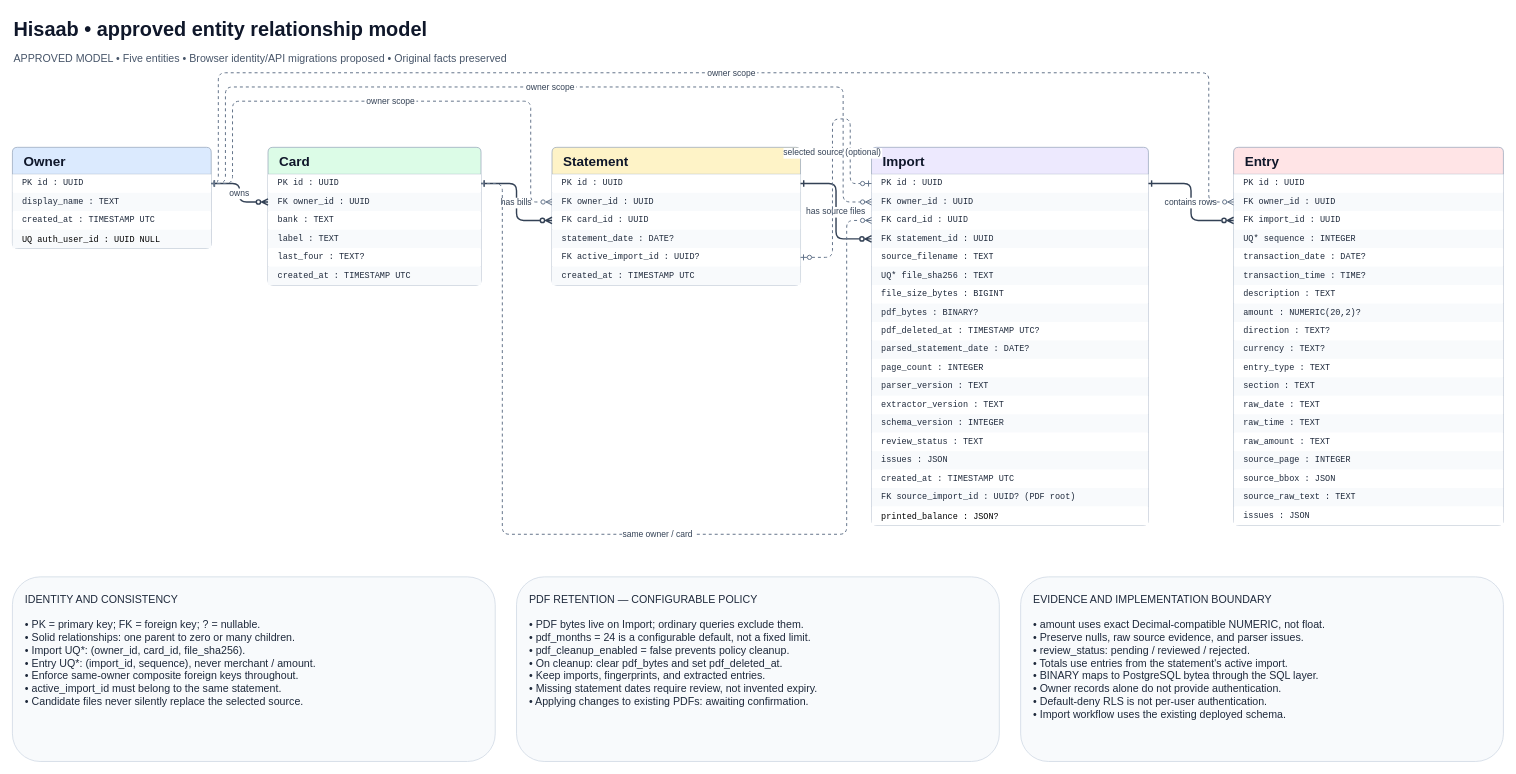
The draw.io diagram docs/schema/hisaab-er.drawio in furquan1993/hisaab, before the edit. Source tidied: cells renumbered, new cells numbered last; positions are measured from the earlier drawing's top-left corner, leaving out a move shared by most shapes. Both pictures are drawn from the tidied source at 71%, with x=0, y=0 at pixel (12, 12).
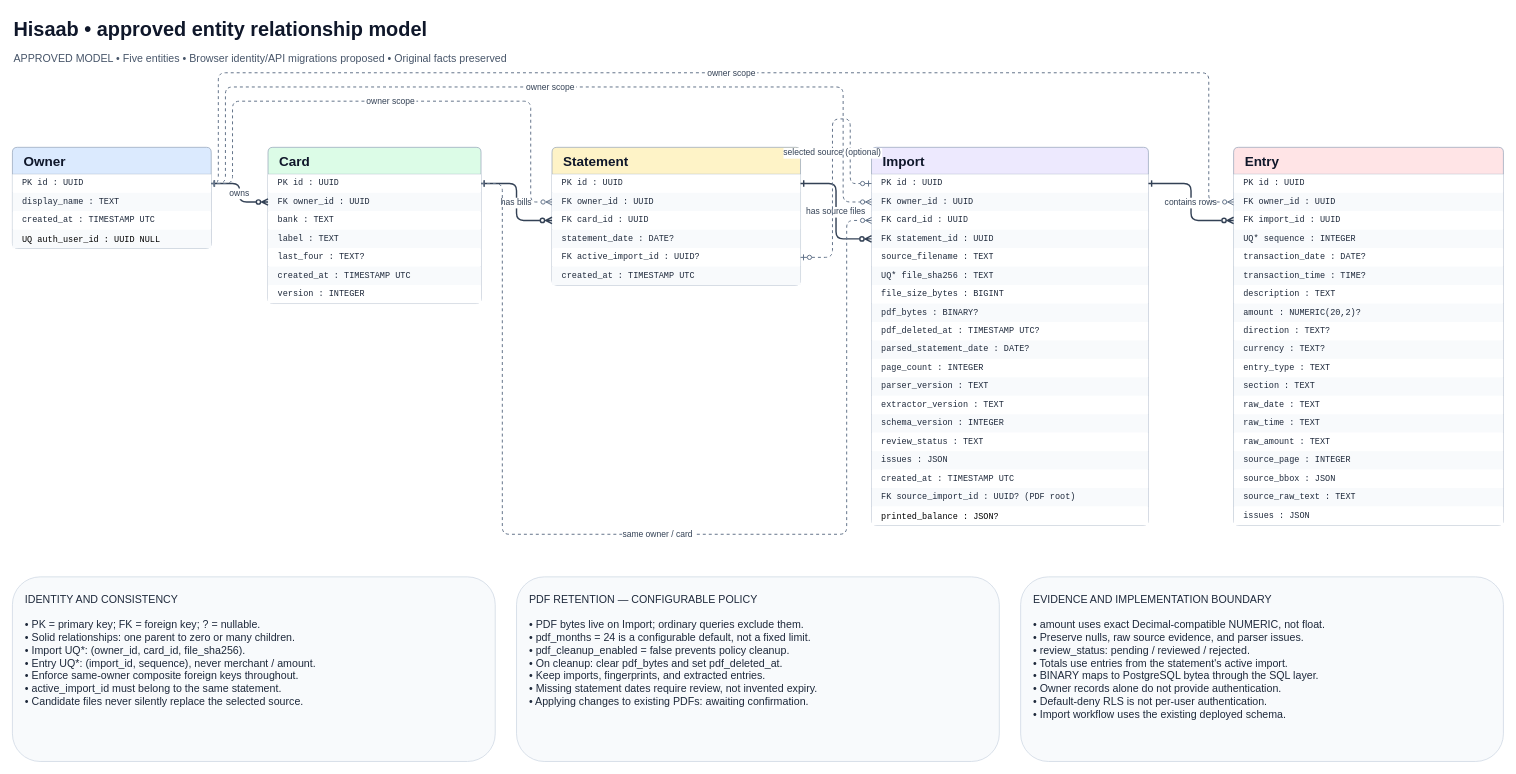
After the change.

Diff of the diagram source:
```diff
@@
     <mxCell id="9" value="Card" style="swimlane;html=0;startSize=38;horizontal=1;rounded=1;arcSize=6;fillColor=#dcfce7;swimlaneFillColor=#ffffff;strokeColor=#94a3b8;fontSize=19;fontStyle=1;fontColor=#0f172a;align=left;spacingLeft=14;" parent="1" vertex="1">
-      <mxGeometry x="360" y="190" width="300" height="194" as="geometry" />
+      <mxGeometry x="360" y="190" width="300" height="220" as="geometry" />
     </mxCell>
@@
+    <mxCell id="75" value="    version : INTEGER" style="text;html=0;align=left;verticalAlign=middle;spacingLeft=12;whiteSpace=wrap;overflow=hidden;fontFamily=Courier New;fontSize=12;fontColor=#1e293b;fillColor=#ffffff;strokeColor=none;" parent="9" vertex="1">
+      <mxGeometry y="194" width="300" height="26" as="geometry" />
+    </mxCell>
```
